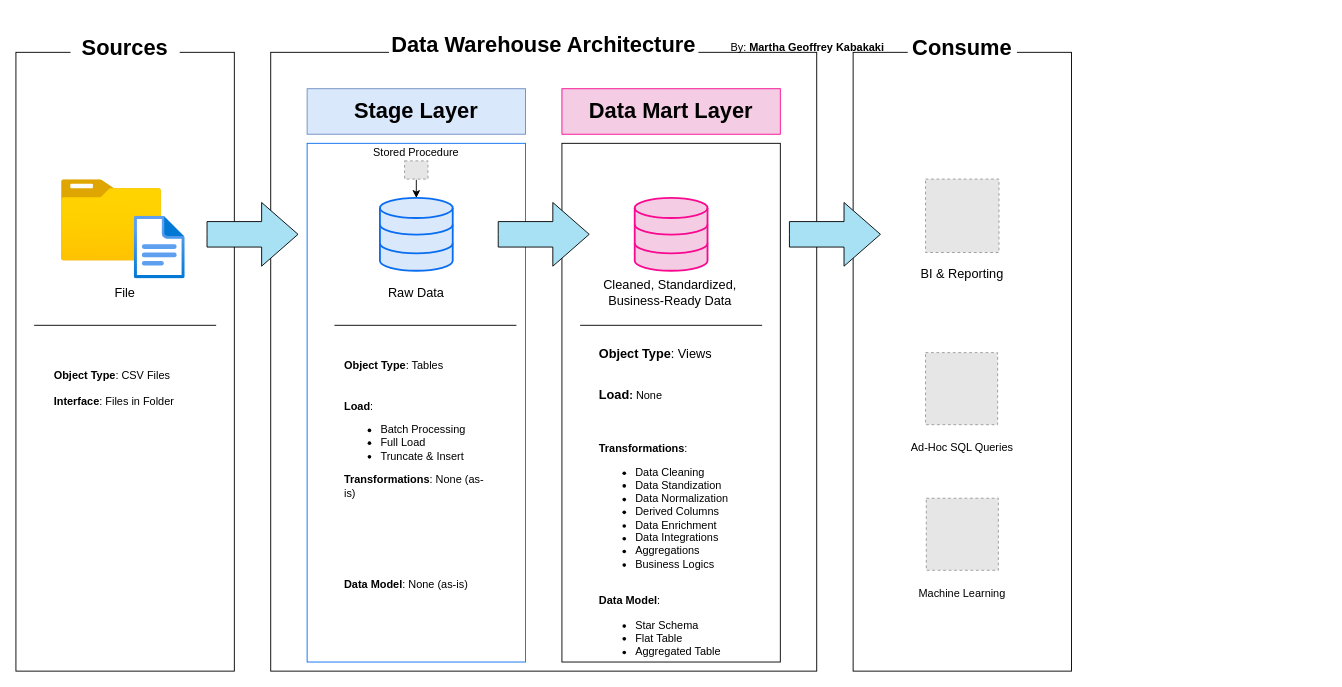
The draw.io diagram Data Engineer Projects/SQL Customer Data Warehouse - Kimball Architecture/docs/docs/Data Warehouse Architecture/Data Warehouse Architecture.drawio in marthag0311/Projects, before the edit. Source tidied: cells renumbered, new cells numbered last; positions are measured from the earlier drawing's top-left corner, leaving out a move shared by most shapes. Both pictures are drawn from the tidied source at 91%, with x=0, y=0 at pixel (15, 22). Pictures stored in the file or linked from it are replaced by grey dashed boxes.
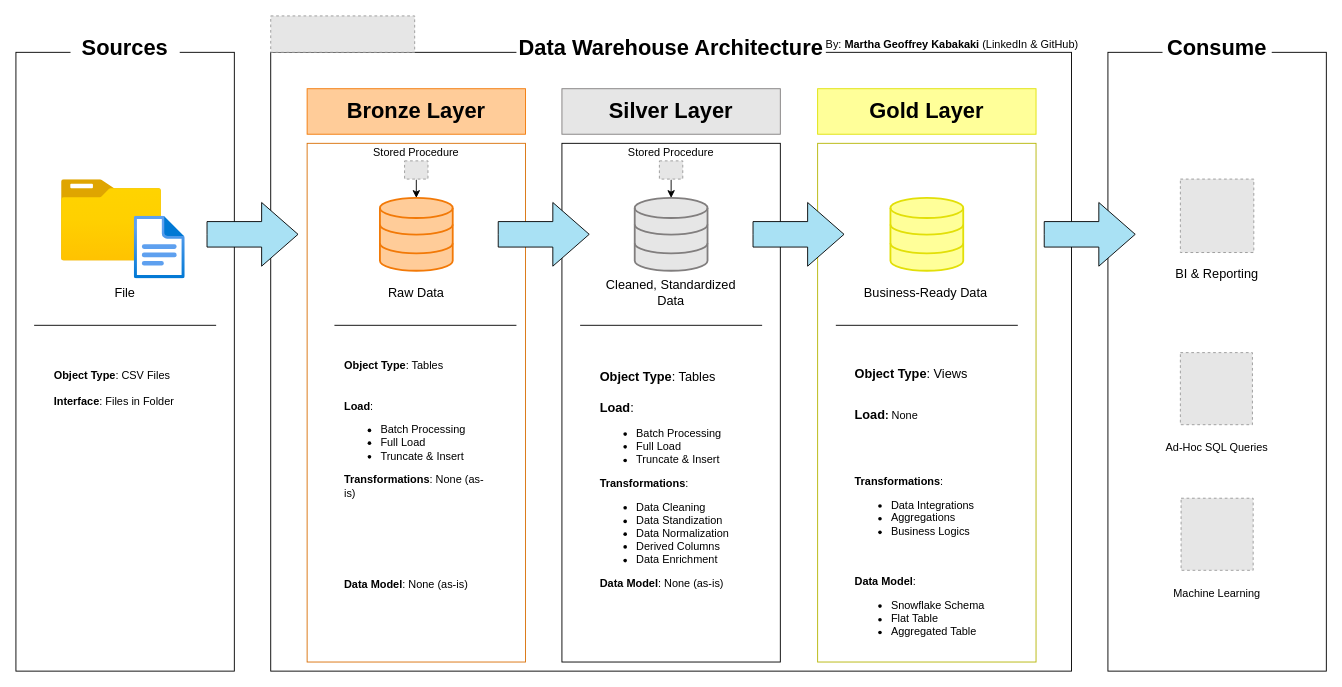
Above is the later version.

Commit message:
Modified Data Warehouse Architecture

What changed in the source:
```diff
@@
-    <mxCell id="3" style="rounded=0;whiteSpace=wrap;html=1;fillStyle=hatch;" parent="1" vertex="1">
-      <mxGeometry x="280" y="33" width="600" height="680" as="geometry" />
-    </mxCell>
-    <mxCell id="4" style="rounded=0;whiteSpace=wrap;html=1;gradientColor=none;fillStyle=hatch;" parent="1" vertex="1">
-      <mxGeometry x="920" y="33" width="240" height="680" as="geometry" />
-    </mxCell>
-    <mxCell id="5" style="rounded=0;whiteSpace=wrap;html=1;gradientColor=none;fillStyle=hatch;strokeColor=#076df2;" parent="1" vertex="1">
-      <mxGeometry x="320" y="133" width="240" height="570" as="geometry" />
-    </mxCell>
+    <mxCell id="38" style="rounded=0;whiteSpace=wrap;html=1;gradientColor=none;fillStyle=hatch;" parent="1" vertex="1">
+      <mxGeometry x="280" y="33" width="880" height="680" as="geometry" />
+    </mxCell>
+    <mxCell id="39" style="rounded=0;whiteSpace=wrap;html=1;gradientColor=none;fillStyle=hatch;" parent="1" vertex="1">
+      <mxGeometry x="1200" y="33" width="240" height="680" as="geometry" />
+    </mxCell>
+    <mxCell id="40" style="rounded=0;whiteSpace=wrap;html=1;gradientColor=none;fillStyle=hatch;strokeColor=#d97008;" parent="1" vertex="1">
+      <mxGeometry x="320" y="133" width="240" height="570" as="geometry" />
+    </mxCell>
@@
     <mxCell id="7" value="&lt;span style=&quot;font-size: 24px;&quot;&gt;&lt;b&gt;Data Warehouse Architecture&lt;/b&gt;&lt;/span&gt;" style="rounded=0;whiteSpace=wrap;html=1;strokeColor=none;" parent="1" vertex="1">
-      <mxGeometry x="410" width="340" height="50" as="geometry" />
+      <mxGeometry x="550" y="3" width="340" height="50" as="geometry" />
     </mxCell>
     <mxCell id="8" value="&lt;font style=&quot;font-size: 24px;&quot;&gt;&lt;b&gt;Consume&lt;/b&gt;&lt;/font&gt;" style="rounded=0;whiteSpace=wrap;html=1;strokeColor=none;" parent="1" vertex="1">
-      <mxGeometry x="980" y="3" width="120" height="50" as="geometry" />
+      <mxGeometry x="1260" y="3" width="120" height="50" as="geometry" />
     </mxCell>
-    <mxCell id="9" value="&lt;font style=&quot;font-size: 24px;&quot;&gt;&lt;b&gt;Stage Layer&lt;/b&gt;&lt;/font&gt;" style="rounded=0;whiteSpace=wrap;html=1;fillColor=#dae8fc;strokeColor=#6c8ebf;" parent="1" vertex="1">
-      <mxGeometry x="320" y="73" width="240" height="50" as="geometry" />
-    </mxCell>
-    <mxCell id="10" value="&lt;font style=&quot;font-size: 24px;&quot;&gt;&lt;b&gt;Data Mart Layer&lt;/b&gt;&lt;/font&gt;" style="rounded=0;whiteSpace=wrap;html=1;fillColor=#f4cde4;strokeColor=#f80990;" parent="1" vertex="1">
-      <mxGeometry x="600" y="73" width="240" height="50" as="geometry" />
-    </mxCell>
-    <mxCell id="11" style="rounded=0;whiteSpace=wrap;html=1;fillStyle=hatch;" parent="1" vertex="1">
-      <mxGeometry x="600" y="133" width="240" height="570" as="geometry" />
-    </mxCell>
+    <mxCell id="41" value="&lt;font style=&quot;font-size: 24px;&quot;&gt;&lt;b&gt;Bronze Layer&lt;/b&gt;&lt;/font&gt;" style="rounded=0;whiteSpace=wrap;html=1;fillColor=#FFCC99;strokeColor=#f27907;" parent="1" vertex="1">
+      <mxGeometry x="320" y="73" width="240" height="50" as="geometry" />
+    </mxCell>
+    <mxCell id="42" style="rounded=0;whiteSpace=wrap;html=1;gradientColor=none;fillStyle=hatch;" parent="1" vertex="1">
+      <mxGeometry x="600" y="133" width="240" height="570" as="geometry" />
+    </mxCell>
+    <mxCell id="43" value="&lt;font style=&quot;font-size: 24px;&quot;&gt;&lt;b&gt;Gold Layer&lt;/b&gt;&lt;/font&gt;" style="rounded=0;whiteSpace=wrap;html=1;fillColor=#FFFF99;strokeColor=#dfe208;" parent="1" vertex="1">
+      <mxGeometry x="881" y="73" width="240" height="50" as="geometry" />
+    </mxCell>
+    <mxCell id="44" style="rounded=0;whiteSpace=wrap;html=1;gradientColor=none;fillStyle=hatch;strokeColor=#b6b607;" parent="1" vertex="1">
+      <mxGeometry x="881" y="133" width="240" height="570" as="geometry" />
+    </mxCell>
@@
-    <mxCell id="14" style="html=1;verticalLabelPosition=bottom;align=center;labelBackgroundColor=#ffffff;verticalAlign=top;strokeWidth=2;strokeColor=#096df1;shadow=0;dashed=0;shape=mxgraph.ios7.icons.data;fillColor=#dae8fc;" parent="1" vertex="1">
-      <mxGeometry x="400" y="193" width="80" height="80" as="geometry" />
-    </mxCell>
-    <mxCell id="15" style="html=1;verticalLabelPosition=bottom;align=center;labelBackgroundColor=#ffffff;verticalAlign=top;strokeWidth=2;strokeColor=#f80990;shadow=0;dashed=0;shape=mxgraph.ios7.icons.data;fillColor=#f4cde4;" parent="1" vertex="1">
-      <mxGeometry x="680" y="193" width="80" height="80" as="geometry" />
-    </mxCell>
-    <mxCell id="16" style="endArrow=none;html=1;rounded=0;" parent="1" edge="1">
-      <mxGeometry relative="1" as="geometry">
-        <mxPoint x="20" y="333" as="sourcePoint" />
-        <mxPoint x="220" y="333" as="targetPoint" />
-      </mxGeometry>
-    </mxCell>
-    <mxCell id="17" style="endArrow=none;html=1;rounded=0;" parent="1" edge="1">
-      <mxGeometry relative="1" as="geometry">
-        <mxPoint x="350" y="333" as="sourcePoint" />
-        <mxPoint x="550" y="333" as="targetPoint" />
-      </mxGeometry>
-    </mxCell>
-    <mxCell id="18" style="endArrow=none;html=1;rounded=0;" parent="1" edge="1">
-      <mxGeometry relative="1" as="geometry">
-        <mxPoint x="620" y="333" as="sourcePoint" />
-        <mxPoint x="820" y="333" as="targetPoint" />
-      </mxGeometry>
-    </mxCell>
-    <mxCell id="19" style="fillColor=#E6E6E6;strokeColor=#999999;dashed=1;" parent="1" vertex="1">
-      <mxGeometry x="999.6" y="172.3" width="80.7" height="80.7" as="geometry" />
-    </mxCell>
-    <mxCell id="20" style="fillColor=#E6E6E6;strokeColor=#999999;dashed=1;" parent="1" vertex="1">
-      <mxGeometry x="999.6" y="363" width="79.2" height="79.2" as="geometry" />
-    </mxCell>
-    <mxCell id="21" style="fillColor=#E6E6E6;strokeColor=#999999;dashed=1;" parent="1" vertex="1">
-      <mxGeometry x="1000.4" y="523" width="79.2" height="79.2" as="geometry" />
-    </mxCell>
+    <mxCell id="45" style="html=1;verticalLabelPosition=bottom;align=center;labelBackgroundColor=#ffffff;verticalAlign=top;strokeWidth=2;strokeColor=#f27907;shadow=0;dashed=0;shape=mxgraph.ios7.icons.data;fillColor=#ffcc99;" parent="1" vertex="1">
+      <mxGeometry x="400" y="193" width="80" height="80" as="geometry" />
+    </mxCell>
+    <mxCell id="46" style="html=1;verticalLabelPosition=bottom;align=center;labelBackgroundColor=#ffffff;verticalAlign=top;strokeWidth=2;strokeColor=#817e7e;shadow=0;dashed=0;shape=mxgraph.ios7.icons.data;fillColor=#e6e6e6;" parent="1" vertex="1">
+      <mxGeometry x="680" y="193" width="80" height="80" as="geometry" />
+    </mxCell>
+    <mxCell id="47" style="html=1;verticalLabelPosition=bottom;align=center;labelBackgroundColor=#ffffff;verticalAlign=top;strokeWidth=2;strokeColor=#e2df08;shadow=0;dashed=0;shape=mxgraph.ios7.icons.data;fillColor=#FFFF99;" parent="1" vertex="1">
+      <mxGeometry x="961" y="193" width="80" height="80" as="geometry" />
+    </mxCell>
+    <mxCell id="48" style="endArrow=none;html=1;rounded=0;" parent="1" edge="1">
+      <mxGeometry relative="1" as="geometry">
+        <mxPoint x="20" y="333" as="sourcePoint" />
+        <mxPoint x="220" y="333" as="targetPoint" />
+      </mxGeometry>
+    </mxCell>
+    <mxCell id="49" style="endArrow=none;html=1;rounded=0;" parent="1" edge="1">
+      <mxGeometry relative="1" as="geometry">
+        <mxPoint x="350" y="333" as="sourcePoint" />
+        <mxPoint x="550" y="333" as="targetPoint" />
+      </mxGeometry>
+    </mxCell>
+    <mxCell id="50" style="endArrow=none;html=1;rounded=0;" parent="1" edge="1">
+      <mxGeometry relative="1" as="geometry">
+        <mxPoint x="620" y="333" as="sourcePoint" />
+        <mxPoint x="820" y="333" as="targetPoint" />
+      </mxGeometry>
+    </mxCell>
+    <mxCell id="51" style="endArrow=none;html=1;rounded=0;" parent="1" edge="1">
+      <mxGeometry relative="1" as="geometry">
+        <mxPoint x="901" y="333" as="sourcePoint" />
+        <mxPoint x="1101" y="333" as="targetPoint" />
+      </mxGeometry>
+    </mxCell>
+    <mxCell id="52" style="fillColor=#E6E6E6;strokeColor=#999999;dashed=1;" parent="1" vertex="1">
+      <mxGeometry x="1279.6" y="172.3" width="80.7" height="80.7" as="geometry" />
+    </mxCell>
+    <mxCell id="53" style="fillColor=#E6E6E6;strokeColor=#999999;dashed=1;" parent="1" vertex="1">
+      <mxGeometry x="1279.6" y="363" width="79.2" height="79.2" as="geometry" />
+    </mxCell>
+    <mxCell id="54" style="fillColor=#E6E6E6;strokeColor=#999999;dashed=1;" parent="1" vertex="1">
+      <mxGeometry x="1280.4" y="523" width="79.2" height="79.2" as="geometry" />
+    </mxCell>
     <mxCell id="22" value="&lt;font style=&quot;font-size: 14px;&quot;&gt;BI &amp;amp; Reporting&lt;/font&gt;" style="text;html=1;align=center;verticalAlign=middle;whiteSpace=wrap;rounded=0;" parent="1" vertex="1">
-      <mxGeometry x="960" y="262.3" width="160" height="30" as="geometry" />
+      <mxGeometry x="1240" y="262.3" width="160" height="30" as="geometry" />
     </mxCell>
     <mxCell id="23" value="Ad-Hoc SQL Queries" style="text;html=1;align=center;verticalAlign=middle;whiteSpace=wrap;rounded=0;" parent="1" vertex="1">
-      <mxGeometry x="960" y="453" width="160" height="30" as="geometry" />
+      <mxGeometry x="1240" y="453" width="160" height="30" as="geometry" />
     </mxCell>
     <mxCell id="24" value="Machine Learning" style="text;html=1;align=center;verticalAlign=middle;whiteSpace=wrap;rounded=0;" parent="1" vertex="1">
-      <mxGeometry x="960" y="613" width="160" height="30" as="geometry" />
+      <mxGeometry x="1240" y="613" width="160" height="30" as="geometry" />
     </mxCell>
@@
-    <mxCell id="28" style="html=1;shadow=0;dashed=0;align=center;verticalAlign=middle;shape=mxgraph.arrows2.arrow;dy=0.6;dx=40;notch=0;fillColor=#a9e1f4;" parent="1" vertex="1">
-      <mxGeometry x="850" y="198" width="100" height="70" as="geometry" />
-    </mxCell>
-    <mxCell id="29" value="&lt;font style=&quot;font-size: 14px;&quot;&gt;&lt;b&gt;Object Type&lt;/b&gt;: Views&lt;/font&gt;&lt;div style=&quot;&quot;&gt;&lt;br&gt;&lt;/div&gt;&lt;div style=&quot;&quot;&gt;&lt;br&gt;&lt;/div&gt;&lt;div style=&quot;&quot;&gt;&lt;b&gt;&lt;span style=&quot;font-size: 14px;&quot;&gt;Load&lt;/span&gt;:&amp;nbsp;&lt;/b&gt;None&lt;/div&gt;&lt;div style=&quot;&quot;&gt;&lt;br&gt;&lt;/div&gt;&lt;div style=&quot;&quot;&gt;&lt;br&gt;&lt;/div&gt;&lt;div style=&quot;&quot;&gt;&lt;br&gt;&lt;/div&gt;&lt;div style=&quot;&quot;&gt;&lt;b style=&quot;background-color: initial;&quot;&gt;Transformations&lt;/b&gt;&lt;span style=&quot;background-color: initial;&quot;&gt;:&amp;nbsp;&lt;/span&gt;&lt;br&gt;&lt;/div&gt;&lt;div style=&quot;&quot;&gt;&lt;div&gt;&lt;ul&gt;&lt;li&gt;Data Cleaning&lt;/li&gt;&lt;li&gt;Data Standization&lt;/li&gt;&lt;li&gt;Data Normalization&lt;/li&gt;&lt;li&gt;Derived Columns&lt;/li&gt;&lt;li&gt;Data Enrichment&lt;/li&gt;&lt;li&gt;Data Integrations&lt;/li&gt;&lt;li&gt;Aggregations&lt;/li&gt;&lt;li&gt;Business Logics&lt;/li&gt;&lt;/ul&gt;&lt;/div&gt;&lt;div&gt;&lt;br&gt;&lt;/div&gt;&lt;div&gt;&lt;b style=&quot;background-color: initial;&quot;&gt;Data Model&lt;/b&gt;&lt;span style=&quot;background-color: initial;&quot;&gt;:&amp;nbsp;&lt;/span&gt;&lt;br&gt;&lt;/div&gt;&lt;div&gt;&lt;ul&gt;&lt;li&gt;Star Schema&lt;/li&gt;&lt;li&gt;Flat Table&lt;/li&gt;&lt;li&gt;Aggregated Table&lt;/li&gt;&lt;/ul&gt;&lt;/div&gt;&lt;/div&gt;" style="text;html=1;align=left;verticalAlign=middle;whiteSpace=wrap;rounded=0;" parent="1" vertex="1">
-      <mxGeometry x="639" y="363" width="160" height="340" as="geometry" />
-    </mxCell>
+    <mxCell id="55" style="html=1;shadow=0;dashed=0;align=center;verticalAlign=middle;shape=mxgraph.arrows2.arrow;dy=0.6;dx=40;notch=0;fillColor=#a9e1f4;" parent="1" vertex="1">
+      <mxGeometry x="810" y="198" width="100" height="70" as="geometry" />
+    </mxCell>
+    <mxCell id="56" value="&lt;font style=&quot;font-size: 14px;&quot;&gt;&lt;b&gt;Object Type&lt;/b&gt;: Tables&lt;/font&gt;&lt;div style=&quot;&quot;&gt;&lt;font style=&quot;font-size: 14px;&quot;&gt;&lt;br&gt;&lt;/font&gt;&lt;/div&gt;&lt;div style=&quot;&quot;&gt;&lt;font style=&quot;font-size: 14px;&quot;&gt;&lt;b&gt;Load&lt;/b&gt;:&amp;nbsp;&lt;div style=&quot;font-size: 12px;&quot;&gt;&lt;ul&gt;&lt;li&gt;Batch Processing&lt;/li&gt;&lt;li&gt;Full Load&lt;/li&gt;&lt;li&gt;Truncate &amp;amp; Insert&lt;/li&gt;&lt;/ul&gt;&lt;div&gt;&lt;b&gt;Transformations&lt;/b&gt;:&amp;nbsp;&lt;/div&gt;&lt;div&gt;&lt;ul&gt;&lt;li&gt;Data Cleaning&lt;/li&gt;&lt;li&gt;Data Standization&lt;/li&gt;&lt;li&gt;Data Normalization&lt;/li&gt;&lt;li&gt;Derived Columns&lt;/li&gt;&lt;li&gt;Data Enrichment&lt;/li&gt;&lt;/ul&gt;&lt;/div&gt;&lt;div&gt;&lt;b&gt;Data Model&lt;/b&gt;: None (as-is)&lt;/div&gt;&lt;/div&gt;&lt;/font&gt;&lt;/div&gt;" style="text;html=1;align=left;verticalAlign=middle;whiteSpace=wrap;rounded=0;" parent="1" vertex="1">
+      <mxGeometry x="640" y="358" width="160" height="290" as="geometry" />
+    </mxCell>
+    <mxCell id="57" value="&lt;font style=&quot;font-size: 14px;&quot;&gt;&lt;b&gt;Object Type&lt;/b&gt;: Views&lt;/font&gt;&lt;div style=&quot;&quot;&gt;&lt;br&gt;&lt;/div&gt;&lt;div style=&quot;&quot;&gt;&lt;br&gt;&lt;/div&gt;&lt;div style=&quot;&quot;&gt;&lt;b&gt;&lt;span style=&quot;font-size: 14px;&quot;&gt;Load&lt;/span&gt;:&amp;nbsp;&lt;/b&gt;None&lt;/div&gt;&lt;div style=&quot;&quot;&gt;&lt;br&gt;&lt;/div&gt;&lt;div style=&quot;&quot;&gt;&lt;br&gt;&lt;/div&gt;&lt;div style=&quot;&quot;&gt;&lt;br&gt;&lt;/div&gt;&lt;div style=&quot;&quot;&gt;&lt;br&gt;&lt;/div&gt;&lt;div style=&quot;&quot;&gt;&lt;b style=&quot;background-color: initial;&quot;&gt;Transformations&lt;/b&gt;&lt;span style=&quot;background-color: initial;&quot;&gt;:&amp;nbsp;&lt;/span&gt;&lt;br&gt;&lt;/div&gt;&lt;div style=&quot;&quot;&gt;&lt;div&gt;&lt;ul&gt;&lt;li&gt;Data Integrations&lt;/li&gt;&lt;li&gt;Aggregations&lt;/li&gt;&lt;li&gt;Business Logics&lt;/li&gt;&lt;/ul&gt;&lt;/div&gt;&lt;div&gt;&lt;b style=&quot;background-color: initial;&quot;&gt;&lt;br&gt;&lt;/b&gt;&lt;/div&gt;&lt;div&gt;&lt;br&gt;&lt;/div&gt;&lt;div&gt;&lt;b style=&quot;background-color: initial;&quot;&gt;Data Model&lt;/b&gt;&lt;span style=&quot;background-color: initial;&quot;&gt;:&amp;nbsp;&lt;/span&gt;&lt;br&gt;&lt;/div&gt;&lt;div&gt;&lt;ul&gt;&lt;li&gt;Snowflake Schema&lt;/li&gt;&lt;li&gt;Flat Table&lt;/li&gt;&lt;li&gt;Aggregated Table&lt;/li&gt;&lt;/ul&gt;&lt;/div&gt;&lt;/div&gt;" style="text;html=1;align=left;verticalAlign=middle;whiteSpace=wrap;rounded=0;" parent="1" vertex="1">
+      <mxGeometry x="920" y="363" width="160" height="340" as="geometry" />
+    </mxCell>
+    <mxCell id="58" style="html=1;shadow=0;dashed=0;align=center;verticalAlign=middle;shape=mxgraph.arrows2.arrow;dy=0.6;dx=40;notch=0;fillColor=#a9e1f4;" parent="1" vertex="1">
+      <mxGeometry x="1130" y="198" width="100" height="70" as="geometry" />
+    </mxCell>
@@
-    <mxCell id="31" value="&lt;font style=&quot;font-size: 14px;&quot;&gt;Cleaned, Standardized, Business-Ready Data&lt;/font&gt;" style="text;html=1;align=center;verticalAlign=middle;whiteSpace=wrap;rounded=0;" parent="1" vertex="1">
-      <mxGeometry x="639" y="282" width="160" height="30" as="geometry" />
-    </mxCell>
+    <mxCell id="59" value="&lt;font style=&quot;font-size: 14px;&quot;&gt;Cleaned, Standardized Data&lt;/font&gt;" style="text;html=1;align=center;verticalAlign=middle;whiteSpace=wrap;rounded=0;" parent="1" vertex="1">
+      <mxGeometry x="640" y="282" width="160" height="30" as="geometry" />
+    </mxCell>
+    <mxCell id="60" value="&lt;font style=&quot;font-size: 14px;&quot;&gt;Business-Ready Data&lt;/font&gt;" style="text;html=1;align=center;verticalAlign=middle;whiteSpace=wrap;rounded=0;" parent="1" vertex="1">
+      <mxGeometry x="920" y="282" width="160" height="30" as="geometry" />
+    </mxCell>
@@
+    <mxCell id="61" style="fillColor=#E6E6E6;strokeColor=#999999;dashed=1;" parent="1" vertex="1">
+      <mxGeometry x="280" y="-7" width="158.2" height="40" as="geometry" />
+    </mxCell>
@@
-    <mxCell id="36" style="endArrow=classic;html=1;rounded=0;" parent="1" edge="1" target="14">
-      <mxGeometry relative="1" as="geometry">
-        <mxPoint x="440" y="173" as="sourcePoint" />
-      </mxGeometry>
-    </mxCell>
-    <mxCell id="37" value="By: &lt;b&gt;Martha Geoffrey Kabakaki&lt;/b&gt;" style="text;html=1;align=center;verticalAlign=middle;whiteSpace=wrap;rounded=0;" parent="1" vertex="1">
-      <mxGeometry x="750" y="13" width="240" height="30" as="geometry" />
-    </mxCell>
+    <mxCell id="62" value="&lt;font style=&quot;font-size: 24px;&quot;&gt;&lt;b&gt;Silver Layer&lt;/b&gt;&lt;/font&gt;" style="rounded=0;whiteSpace=wrap;html=1;fillColor=#E6E6E6;strokeColor=#817e7e;" parent="1" vertex="1">
+      <mxGeometry x="600" y="73" width="240" height="50" as="geometry" />
+    </mxCell>
+    <mxCell id="63" value="Stored Procedure" style="text;html=1;align=center;verticalAlign=middle;whiteSpace=wrap;rounded=0;" parent="1" vertex="1">
+      <mxGeometry x="670" y="133" width="100" height="20" as="geometry" />
+    </mxCell>
+    <mxCell id="64" style="fillColor=#E6E6E6;strokeColor=#999999;dashed=1;verticalLabelPosition=bottom;labelBackgroundColor=default;verticalAlign=top;" parent="1" vertex="1">
+      <mxGeometry x="707.1" y="152.3" width="25.7" height="20" as="geometry" />
+    </mxCell>
+    <mxCell id="65" style="endArrow=classic;html=1;rounded=0;" parent="1" edge="1" target="45">
+      <mxGeometry relative="1" as="geometry">
+        <mxPoint x="440" y="173" as="sourcePoint" />
+      </mxGeometry>
+    </mxCell>
+    <mxCell id="66" style="endArrow=classic;html=1;rounded=0;" parent="1" edge="1" target="46">
+      <mxGeometry relative="1" as="geometry">
+        <mxPoint x="720" y="173" as="sourcePoint" />
+      </mxGeometry>
+    </mxCell>
+    <mxCell id="67" value="By: &lt;b&gt;Martha Geoffrey Kabakaki &lt;/b&gt;(LinkedIn &amp;amp; GitHub)" style="text;html=1;align=center;verticalAlign=middle;whiteSpace=wrap;rounded=0;" parent="1" vertex="1">
+      <mxGeometry x="884" y="10" width="290" height="30" as="geometry" />
+    </mxCell>
```
